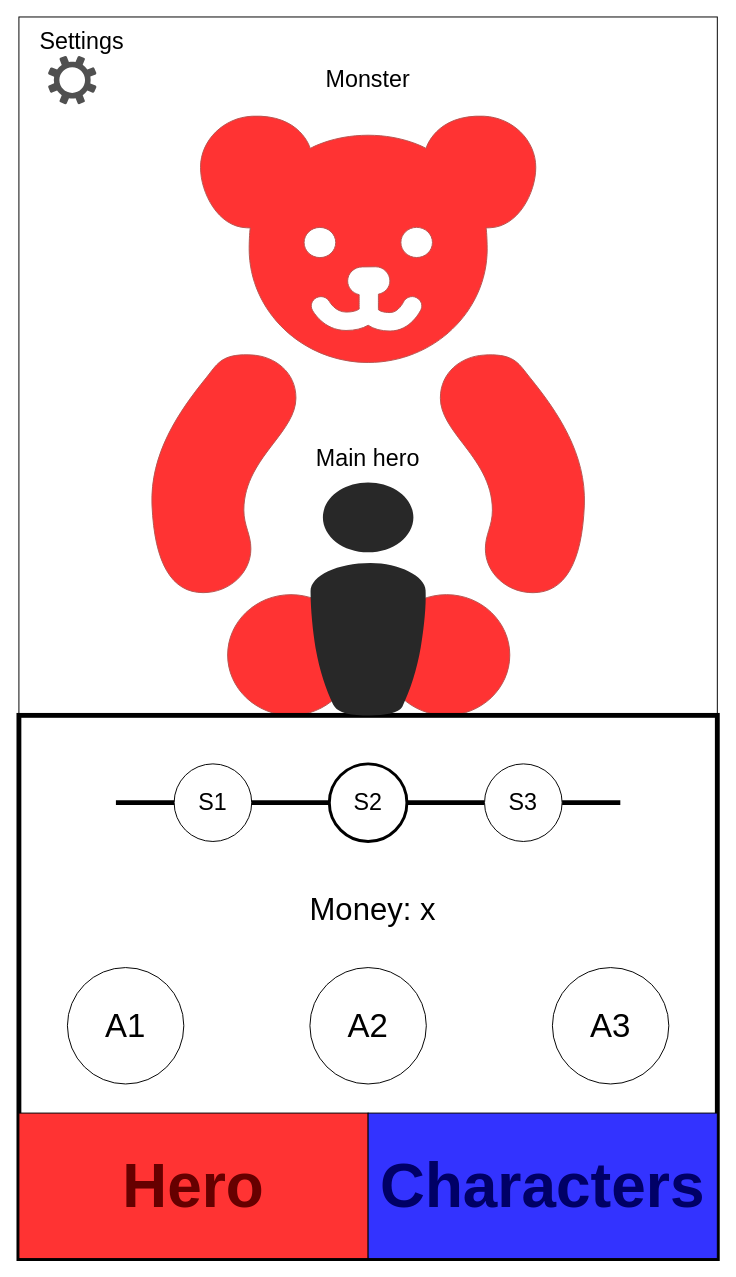
Before: Documentation/MainMenu.drawio in mat414748/MobileProject, a draw.io diagram. Source tidied: cells renumbered, new cells numbered last; positions are measured from the earlier drawing's top-left corner, leaving out a move shared by most shapes. Both pictures are drawn from the tidied source at 97%, with x=0, y=0 at pixel (18, 16).
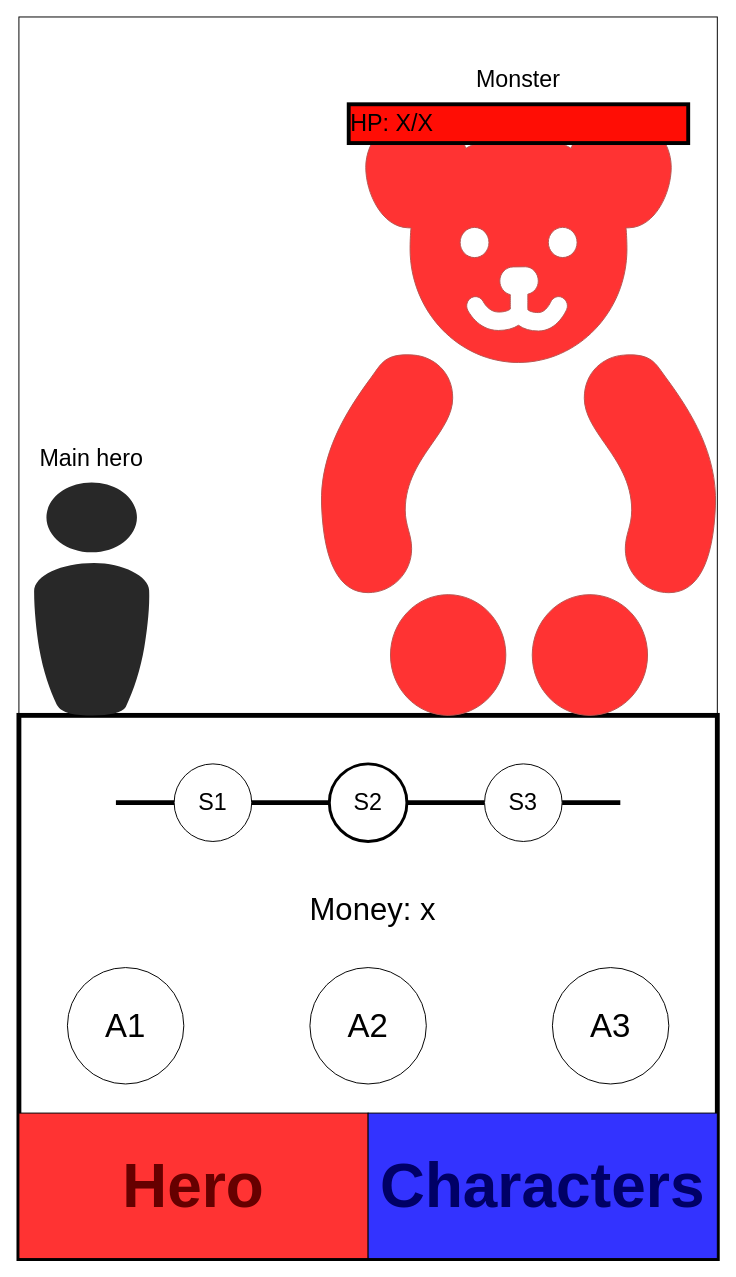
After the change.

Change to the diagram source:
```diff
@@
-    <mxCell id="3" style="shape=mxgraph.signs.animals.teddy_bear;html=1;fillColor=#FF3333;strokeColor=#b85450;verticalLabelPosition=bottom;verticalAlign=top;align=center;" parent="1" vertex="1">
-      <mxGeometry x="135" y="100" width="450" height="620" as="geometry" />
-    </mxCell>
@@
+    <mxCell id="18" value="Money: x" style="rounded=0;whiteSpace=wrap;html=1;fontSize=32;strokeColor=none;" parent="1" vertex="1">
+      <mxGeometry x="240" y="890" width="250" height="60" as="geometry" />
+    </mxCell>
+    <mxCell id="21" style="group;" parent="1" vertex="1">
+      <mxGeometry x="10" y="440" width="130" height="280" as="geometry" />
+    </mxCell>
-    <mxCell id="15" style="verticalLabelPosition=bottom;sketch=0;html=1;fillColor=#282828;strokeColor=none;verticalAlign=top;align=center;shape=mxgraph.cisco_safe.people_places_things_icons.icon8;" parent="1" vertex="1">
-      <mxGeometry x="300" y="480" width="120" height="240" as="geometry" />
+    <mxCell id="15" style="verticalLabelPosition=bottom;sketch=0;html=1;fillColor=#282828;strokeColor=none;verticalAlign=top;align=center;shape=mxgraph.cisco_safe.people_places_things_icons.icon8;" parent="21" vertex="1">
+      <mxGeometry x="5" y="40" width="120" height="240" as="geometry" />
     </mxCell>
-    <mxCell id="16" value="Main hero" style="text;html=1;strokeColor=none;fillColor=none;align=center;verticalAlign=middle;whiteSpace=wrap;rounded=0;fontSize=24;" parent="1" vertex="1">
-      <mxGeometry x="295" y="440" width="130" height="30" as="geometry" />
+    <mxCell id="16" value="Main hero" style="text;html=1;strokeColor=none;fillColor=none;align=center;verticalAlign=middle;whiteSpace=wrap;rounded=0;fontSize=24;" parent="21" vertex="1">
+      <mxGeometry width="130" height="30" as="geometry" />
     </mxCell>
+    <mxCell id="22" style="group;" parent="1" vertex="1">
+      <mxGeometry x="310" y="50" width="410" height="670" as="geometry" />
+    </mxCell>
+    <mxCell id="3" style="shape=mxgraph.signs.animals.teddy_bear;html=1;fillColor=#FF3333;strokeColor=#b85450;verticalLabelPosition=bottom;verticalAlign=top;align=center;" parent="22" vertex="1">
+      <mxGeometry y="50" width="410" height="620" as="geometry" />
+    </mxCell>
-    <mxCell id="17" value="Monster" style="text;html=1;strokeColor=none;fillColor=none;align=center;verticalAlign=middle;whiteSpace=wrap;rounded=0;fontSize=24;" parent="1" vertex="1">
-      <mxGeometry x="295" y="50" width="130" height="30" as="geometry" />
+    <mxCell id="17" value="Monster" style="text;html=1;strokeColor=none;fillColor=none;align=center;verticalAlign=middle;whiteSpace=wrap;rounded=0;fontSize=24;" parent="22" vertex="1">
+      <mxGeometry x="145.8" width="118.4" height="30" as="geometry" />
     </mxCell>
-    <mxCell id="18" value="Money: x" style="rounded=0;whiteSpace=wrap;html=1;fontSize=32;strokeColor=none;" parent="1" vertex="1">
-      <mxGeometry x="240" y="890" width="250" height="60" as="geometry" />
-    </mxCell>
-    <mxCell id="19" style="sketch=0;shadow=0;dashed=0;html=1;strokeColor=none;labelPosition=center;verticalLabelPosition=bottom;verticalAlign=top;align=center;fillColor=#505050;shape=mxgraph.mscae.enterprise.settings;" parent="1" vertex="1">
-      <mxGeometry x="30" y="40" width="50" height="50" as="geometry" />
-    </mxCell>
-    <mxCell id="20" value="Settings" style="text;html=1;strokeColor=none;fillColor=none;align=center;verticalAlign=middle;whiteSpace=wrap;rounded=0;fontSize=24;" parent="1" vertex="1">
-      <mxGeometry y="10" width="130" height="30" as="geometry" />
-    </mxCell>
+    <mxCell id="23" value="HP: X/X" style="rounded=0;whiteSpace=wrap;html=1;fillColor=#FF0D05;strokeWidth=4;fontSize=24;align=left;" parent="22" vertex="1">
+      <mxGeometry x="30" y="40" width="350" height="40" as="geometry" />
+    </mxCell>
```
